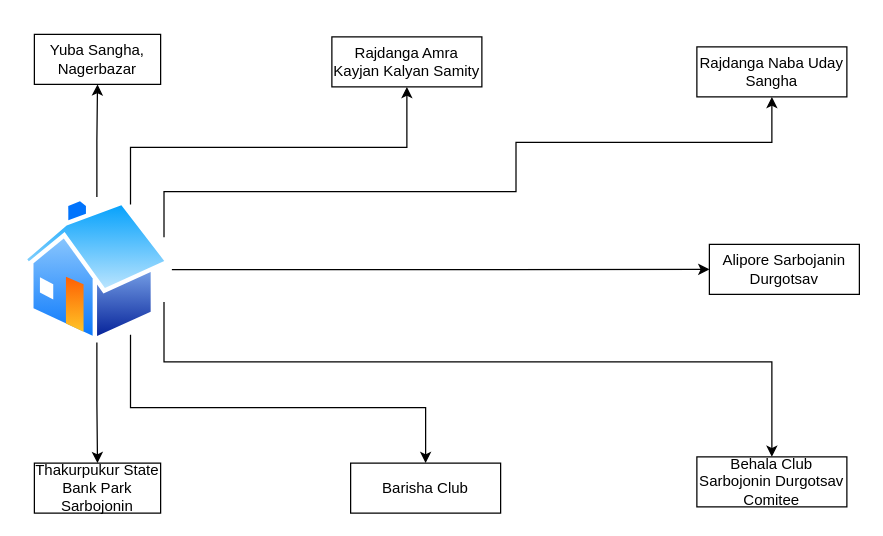
This is Untitled Diagram.drawio from shammsit/ditecian, a draw.io file, before an edit. Source tidied: cells renumbered, new cells numbered last; positions are measured from the earlier drawing's top-left corner, leaving out a move shared by most shapes. Both pictures are drawn from the tidied source at 125%, with x=0, y=0 at pixel (21, 34).
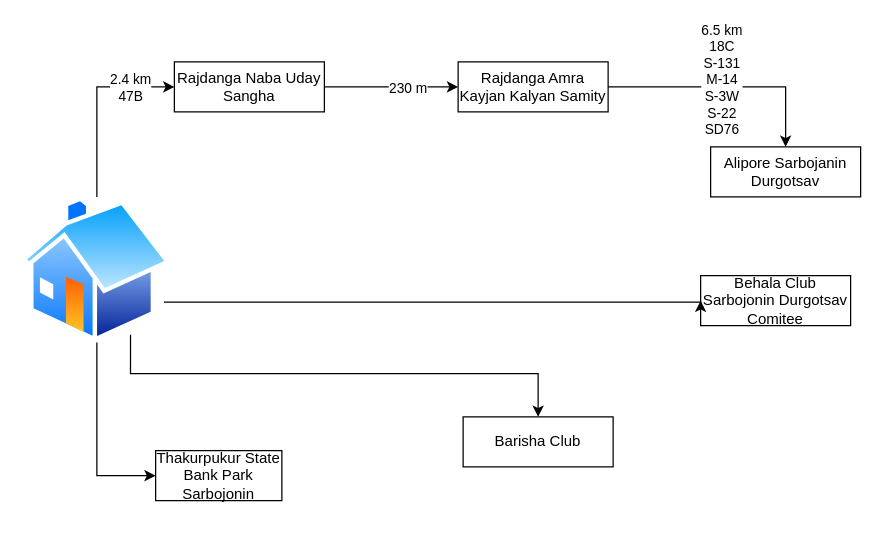
The same diagram, later.

The change refers to these unchanged cells:
```xml
<mxCell id="16" style="image;perimeter=ellipsePerimeter;html=1;align=center;shadow=0;dashed=0;spacingTop=3;image=img/lib/active_directory/home.svg;" parent="1" vertex="1">
  <mxGeometry y="130" width="120" height="116.4" as="geometry" />
</mxCell>
```

Diff of the diagram source:
```diff
@@
-    <mxCell id="2" value="Yuba Sangha, Nagerbazar" style="rounded=0;whiteSpace=wrap;html=1;" parent="1" vertex="1">
-      <mxGeometry x="10" width="101" height="40" as="geometry" />
-    </mxCell>
     <mxCell id="3" value="Rajdanga Amra Kayjan Kalyan Samity" style="rounded=0;whiteSpace=wrap;html=1;" parent="1" vertex="1">
-      <mxGeometry x="248" y="2" width="120" height="40" as="geometry" />
+      <mxGeometry x="349" y="22" width="120" height="40" as="geometry" />
     </mxCell>
+    <mxCell id="17" style="edgeStyle=orthogonalEdgeStyle;rounded=0;jettySize=auto;html=1;exitX=1;exitY=0.5;exitDx=0;exitDy=0;entryX=0.5;entryY=0;entryDx=0;entryDy=0;" parent="1" edge="1" source="3" target="5">
+      <mxGeometry relative="1" as="geometry" />
+    </mxCell>
+    <mxCell id="18" value="6.5 km&lt;div&gt;18C&lt;/div&gt;&lt;div&gt;S-131&lt;/div&gt;&lt;div&gt;M-14&lt;/div&gt;&lt;div&gt;S-3W&lt;/div&gt;&lt;div&gt;S-22&lt;/div&gt;&lt;div&gt;SD76&lt;/div&gt;&lt;div&gt;&lt;br&gt;&lt;/div&gt;" style="edgeLabel;html=1;align=center;verticalAlign=middle;" parent="17" vertex="1">
+      <mxGeometry x="-0.05" relative="1" as="geometry" />
+    </mxCell>
+    <mxCell id="19" style="edgeStyle=orthogonalEdgeStyle;rounded=0;jettySize=auto;html=1;exitX=1;exitY=0.5;exitDx=0;exitDy=0;" parent="1" edge="1" source="4" target="3">
+      <mxGeometry relative="1" as="geometry" />
+    </mxCell>
+    <mxCell id="20" value="230 m" style="edgeLabel;html=1;align=center;verticalAlign=middle;" parent="19" vertex="1">
+      <mxGeometry x="0.24" relative="1" as="geometry" />
+    </mxCell>
     <mxCell id="4" value="Rajdanga Naba Uday Sangha" style="rounded=0;whiteSpace=wrap;html=1;" parent="1" vertex="1">
-      <mxGeometry x="540" y="10" width="120" height="40" as="geometry" />
+      <mxGeometry x="122" y="22" width="120" height="40" as="geometry" />
     </mxCell>
     <mxCell id="5" value="Alipore Sarbojanin Durgotsav" style="rounded=0;whiteSpace=wrap;html=1;" parent="1" vertex="1">
-      <mxGeometry x="550" y="168" width="120" height="40" as="geometry" />
+      <mxGeometry x="551" y="90" width="120" height="40" as="geometry" />
     </mxCell>
     <mxCell id="6" value="Behala Club Sarbojonin Durgotsav Comitee" style="rounded=0;whiteSpace=wrap;html=1;" parent="1" vertex="1">
-      <mxGeometry x="540" y="338" width="120" height="40" as="geometry" />
+      <mxGeometry x="543" y="193" width="120" height="40" as="geometry" />
     </mxCell>
     <mxCell id="7" value="Barisha Club" style="rounded=0;whiteSpace=wrap;html=1;" parent="1" vertex="1">
-      <mxGeometry x="263" y="343" width="120" height="40" as="geometry" />
+      <mxGeometry x="353" y="306" width="120" height="40" as="geometry" />
     </mxCell>
     <mxCell id="8" value="Thakurpukur State Bank Park Sarbojonin" style="rounded=0;whiteSpace=wrap;html=1;" parent="1" vertex="1">
-      <mxGeometry x="10" y="343" width="101" height="40" as="geometry" />
+      <mxGeometry x="107" y="333" width="101" height="40" as="geometry" />
     </mxCell>
-    <mxCell id="9" style="edgeStyle=orthogonalEdgeStyle;rounded=0;jettySize=auto;html=1;exitX=0.5;exitY=0;exitDx=0;exitDy=0;entryX=0.5;entryY=1;entryDx=0;entryDy=0;" parent="1" edge="1" source="16" target="2">
-      <mxGeometry relative="1" as="geometry" />
-    </mxCell>
-    <mxCell id="10" style="edgeStyle=orthogonalEdgeStyle;rounded=0;jettySize=auto;html=1;exitX=0.75;exitY=0;exitDx=0;exitDy=0;entryX=0.5;entryY=1;entryDx=0;entryDy=0;" parent="1" edge="1" source="16" target="3">
-      <mxGeometry relative="1" as="geometry">
-        <Array as="points">
-          <mxPoint x="86.8" y="90.4" />
-          <mxPoint x="308" y="90.4" />
-        </Array>
-      </mxGeometry>
-    </mxCell>
-    <mxCell id="11" style="edgeStyle=orthogonalEdgeStyle;rounded=0;jettySize=auto;html=1;exitX=1;exitY=0.5;exitDx=0;exitDy=0;" parent="1" edge="1" source="16" target="5">
-      <mxGeometry relative="1" as="geometry" />
-    </mxCell>
-    <mxCell id="12" style="edgeStyle=orthogonalEdgeStyle;rounded=0;jettySize=auto;html=1;exitX=1;exitY=0.25;exitDx=0;exitDy=0;entryX=0.5;entryY=1;entryDx=0;entryDy=0;" parent="1" edge="1" source="16" target="4">
+    <mxCell id="12" style="edgeStyle=orthogonalEdgeStyle;rounded=0;jettySize=auto;html=1;exitX=0.5;exitY=0;exitDx=0;exitDy=0;entryX=0;entryY=0.5;entryDx=0;entryDy=0;" parent="1" edge="1" source="16" target="4">
       <mxGeometry relative="1" as="geometry">
         <Array as="points">
-          <mxPoint x="113.8" y="125.8" />
-          <mxPoint x="395.3" y="125.8" />
-          <mxPoint x="395.3" y="86.4" />
-          <mxPoint x="600" y="86.4" />
+          <mxPoint x="60" y="42" />
         </Array>
       </mxGeometry>
     </mxCell>
+    <mxCell id="21" value="2.4 km&lt;div&gt;47B&lt;/div&gt;" style="edgeLabel;html=1;align=center;verticalAlign=middle;" parent="12" vertex="1">
+      <mxGeometry y="-1" relative="1" as="geometry">
+        <mxPoint x="25" y="-13" as="offset" />
+      </mxGeometry>
+    </mxCell>
-    <mxCell id="13" style="edgeStyle=orthogonalEdgeStyle;rounded=0;jettySize=auto;html=1;exitX=0.5;exitY=1;exitDx=0;exitDy=0;entryX=0.5;entryY=0;entryDx=0;entryDy=0;" parent="1" edge="1" source="16" target="8">
+    <mxCell id="13" style="edgeStyle=orthogonalEdgeStyle;rounded=0;jettySize=auto;html=1;exitX=0.5;exitY=1;exitDx=0;exitDy=0;entryX=0;entryY=0.5;entryDx=0;entryDy=0;" parent="1" edge="1" source="16" target="8">
       <mxGeometry relative="1" as="geometry" />
     </mxCell>
     <mxCell id="14" style="edgeStyle=orthogonalEdgeStyle;rounded=0;jettySize=auto;html=1;exitX=0.75;exitY=1;exitDx=0;exitDy=0;entryX=0.5;entryY=0;entryDx=0;entryDy=0;" parent="1" edge="1" source="16" target="7">
       <mxGeometry relative="1" as="geometry">
         <Array as="points">
-          <mxPoint x="86.8" y="298.5" />
-          <mxPoint x="323" y="298.5" />
+          <mxPoint x="86.8" y="271.3" />
+          <mxPoint x="413" y="271.3" />
         </Array>
       </mxGeometry>
     </mxCell>
-    <mxCell id="15" style="edgeStyle=orthogonalEdgeStyle;rounded=0;jettySize=auto;html=1;exitX=1;exitY=0.75;exitDx=0;exitDy=0;entryX=0.5;entryY=0;entryDx=0;entryDy=0;" parent="1" edge="1" source="16" target="6">
+    <mxCell id="15" style="edgeStyle=orthogonalEdgeStyle;rounded=0;jettySize=auto;html=1;exitX=1;exitY=0.75;exitDx=0;exitDy=0;entryX=0;entryY=0.5;entryDx=0;entryDy=0;" parent="1" edge="1" source="16" target="6">
       <mxGeometry relative="1" as="geometry">
         <Array as="points">
-          <mxPoint x="113.8" y="262" />
-          <mxPoint x="600" y="262" />
+          <mxPoint x="543" y="213.9" />
         </Array>
       </mxGeometry>
     </mxCell>
```
